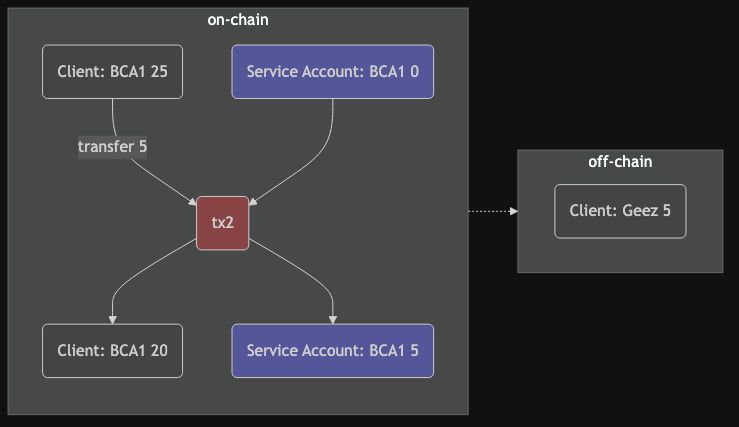
Blockchain-Data-Analytics/BCA-Service-Tokenization keeps this Mermaid diagram as doc/img/tx2.png. Above is the earlier version. Its source is kept beside it as doc/img/tx2.mmd. Source of this version:
```mermaid
graph LR

    style tx2 fill:#844
    style Client0 fill:#444
    style Client1 fill:#444
    style Client2 fill:#444
    style ServiceAccount0 fill:#559
    style ServiceAccount1 fill:#559

    subgraph on-chain
    tx2("tx2")
    Client0("Client: BCA1 25") -->|"transfer 5"| tx2
    ServiceAccount0("Service Account: BCA1 0") --> tx2

    tx2 --> Client1("Client: BCA1 20")
    tx2 --> ServiceAccount1("Service Account: BCA1 5")
    end
    subgraph off-chain
    direction LR
    Client2("Client: Geez 5")
    end

    on-chain -.-> off-chain
```
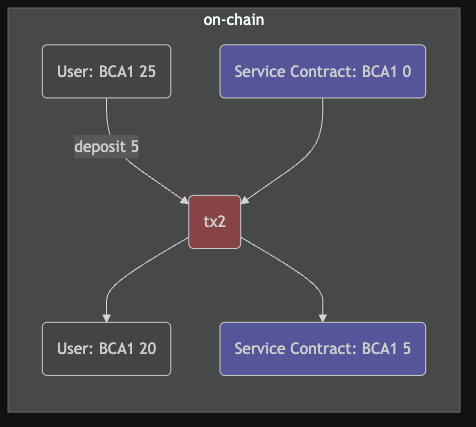
The same diagram one commit later.

What changed in the source:
```diff
@@ -1,23 +1,16 @@
 graph LR
 
     style tx2 fill:#844
-    style Client0 fill:#444
-    style Client1 fill:#444
-    style Client2 fill:#444
-    style ServiceAccount0 fill:#559
-    style ServiceAccount1 fill:#559
+    style User0 fill:#444
+    style User1 fill:#444
+    style ServiceContract0 fill:#559
+    style ServiceContract1 fill:#559
 
     subgraph on-chain
     tx2("tx2")
-    Client0("Client: BCA1 25") -->|"transfer 5"| tx2
-    ServiceAccount0("Service Account: BCA1 0") --> tx2
+    User0("User: BCA1 25") -->|"deposit 5"| tx2
+    ServiceContract0("Service Contract: BCA1 0") --> tx2
 
-    tx2 --> Client1("Client: BCA1 20")
-    tx2 --> ServiceAccount1("Service Account: BCA1 5")
+    tx2 --> User1("User: BCA1 20")
+    tx2 --> ServiceContract1("Service Contract: BCA1 5")
     end
-    subgraph off-chain
-    direction LR
-    Client2("Client: Geez 5")
-    end
-
-    on-chain -.-> off-chain
```
